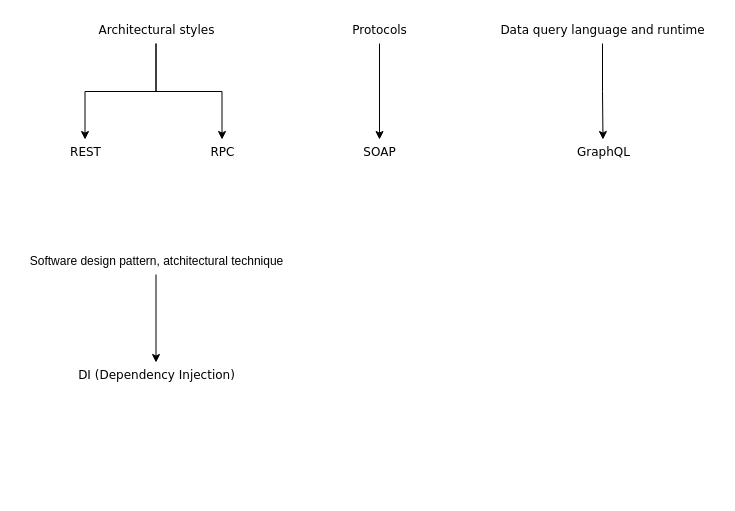
The draw.io diagram API.drawio in francoscarpa/Notes, before the edit. Source tidied: cells renumbered, new cells numbered last; positions are measured from the earlier drawing's top-left corner, leaving out a move shared by most shapes. Both pictures are drawn from the tidied source at 100%, with x=0, y=0 at pixel (17, 17).
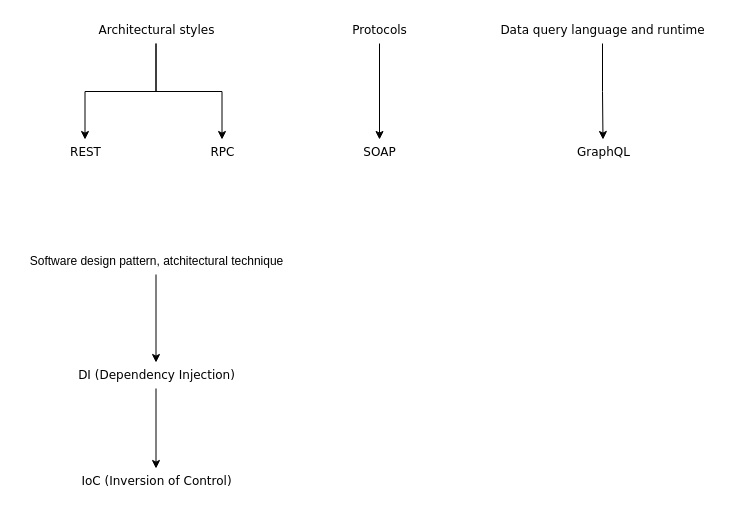
The same diagram, later.

What changed in the source:
```diff
@@
 <mxGraphModel>
   <root>
     <mxCell id="0" />
     <mxCell id="1" parent="0" />
     <mxCell id="2" value="REST" style="text;html=1;align=center;verticalAlign=middle;points=[];strokeColor=none;fillColor=none;fontFamily=Verdana;" parent="1" vertex="1">
       <mxGeometry x="43" y="122" width="49" height="26" as="geometry" />
     </mxCell>
     <mxCell id="3" value="SOAP" style="text;html=1;align=center;verticalAlign=middle;points=[];strokeColor=none;fillColor=none;fontFamily=Verdana;" parent="1" vertex="1">
       <mxGeometry x="336" y="122" width="52" height="26" as="geometry" />
     </mxCell>
     <mxCell id="4" value="RPC" style="text;html=1;align=center;verticalAlign=middle;points=[];strokeColor=none;fillColor=none;fontFamily=Verdana;" parent="1" vertex="1">
       <mxGeometry x="183" y="122" width="43" height="26" as="geometry" />
     </mxCell>
     <mxCell id="5" value="GraphQL" style="text;html=1;align=center;verticalAlign=middle;points=[];strokeColor=none;fillColor=none;fontFamily=Verdana;" parent="1" vertex="1">
       <mxGeometry x="549" y="122" width="73" height="26" as="geometry" />
     </mxCell>
     <mxCell id="6" style="edgeStyle=orthogonalEdgeStyle;rounded=0;jettySize=auto;html=1;fontFamily=Verdana;" parent="1" edge="1" source="8" target="2">
       <mxGeometry relative="1" as="geometry" />
     </mxCell>
     <mxCell id="7" style="edgeStyle=orthogonalEdgeStyle;rounded=0;jettySize=auto;html=1;fontFamily=Verdana;" parent="1" edge="1" source="8" target="4">
       <mxGeometry relative="1" as="geometry" />
     </mxCell>
     <mxCell id="8" value="Architectural styles" style="text;html=1;align=center;verticalAlign=middle;points=[];strokeColor=none;fillColor=none;fontFamily=Verdana;" parent="1" vertex="1">
       <mxGeometry x="70" width="137" height="26" as="geometry" />
     </mxCell>
     <mxCell id="9" style="edgeStyle=orthogonalEdgeStyle;rounded=0;jettySize=auto;html=1;fontFamily=Verdana;" parent="1" edge="1" source="10" target="3">
       <mxGeometry relative="1" as="geometry" />
     </mxCell>
     <mxCell id="10" value="&lt;div&gt;Protocols&lt;/div&gt;" style="text;html=1;align=center;verticalAlign=middle;points=[];strokeColor=none;fillColor=none;fontFamily=Verdana;" parent="1" vertex="1">
       <mxGeometry x="324" width="76" height="26" as="geometry" />
     </mxCell>
     <mxCell id="11" style="edgeStyle=orthogonalEdgeStyle;rounded=0;jettySize=auto;html=1;fontFamily=Verdana;" parent="1" edge="1" source="12" target="5">
       <mxGeometry relative="1" as="geometry" />
     </mxCell>
     <mxCell id="12" value="Data query language and runtime " style="text;html=1;align=center;verticalAlign=middle;points=[];strokeColor=none;fillColor=none;fontFamily=Verdana;" parent="1" vertex="1">
       <mxGeometry x="469.5" width="231" height="26" as="geometry" />
     </mxCell>
+    <mxCell id="16" style="edgeStyle=orthogonalEdgeStyle;rounded=0;jettySize=auto;html=1;" parent="1" edge="1" source="13" target="17">
+      <mxGeometry relative="1" as="geometry" />
+    </mxCell>
     <mxCell id="13" value="DI (Dependency Injection)" style="text;html=1;align=center;verticalAlign=middle;points=[];strokeColor=none;fillColor=none;fontFamily=Verdana;" parent="1" vertex="1">
       <mxGeometry x="47" y="345" width="183" height="26" as="geometry" />
     </mxCell>
     <mxCell id="14" style="edgeStyle=orthogonalEdgeStyle;rounded=0;jettySize=auto;html=1;" parent="1" edge="1" source="15" target="13">
       <mxGeometry relative="1" as="geometry" />
     </mxCell>
     <mxCell id="15" value="Software design pattern, atchitectural technique" style="text;html=1;align=center;verticalAlign=middle;points=[];strokeColor=none;fillColor=none;" parent="1" vertex="1">
       <mxGeometry y="231" width="277" height="26" as="geometry" />
     </mxCell>
+    <mxCell id="17" value="IoC (Inversion of Control)" style="text;html=1;align=center;verticalAlign=middle;points=[];strokeColor=none;fillColor=none;fontFamily=Verdana;" parent="1" vertex="1">
+      <mxGeometry x="49" y="451" width="179" height="26" as="geometry" />
+    </mxCell>
   </root>
 </mxGraphModel>
```
